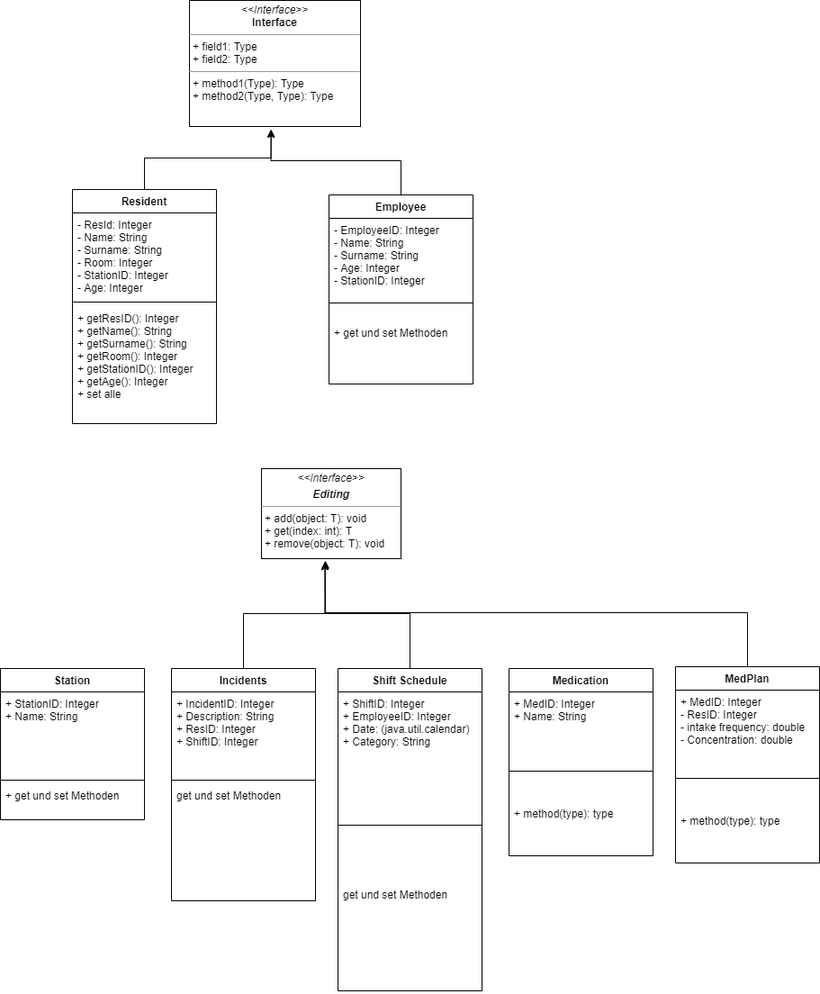
JakobGassauer/ATdIT_Group1 keeps this draw.io diagram as documentation/Vererbungsdiagramm.png. Above is the earlier version. Source tidied: cells renumbered, new cells last; positions are measured from the earlier drawing's top-left corner, leaving out a move shared by most shapes.
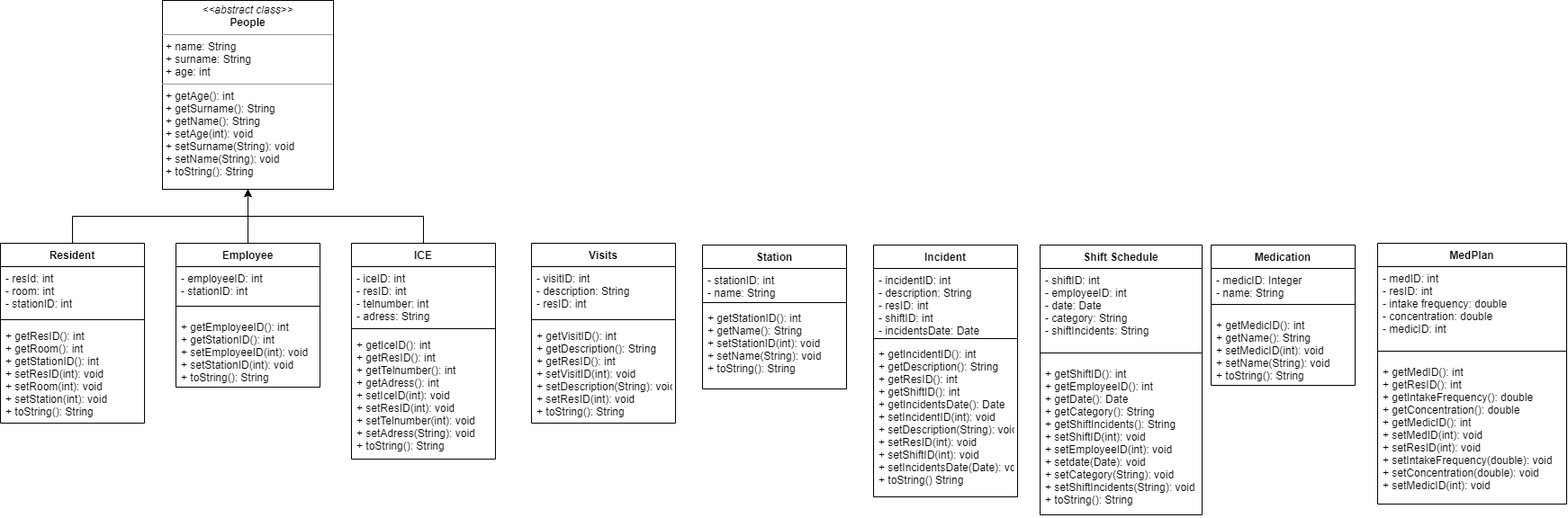
The same file after the commit.

Change to the diagram source:
```diff
@@ -2,115 +2,132 @@
   <root>
     <mxCell id="0" />
     <mxCell id="1" parent="0" />
-    <mxCell id="2" style="edgeStyle=orthogonalEdgeStyle;rounded=0;jettySize=auto;html=1;entryX=0.477;entryY=1.029;entryDx=0;entryDy=0;entryPerimeter=0;" parent="1" edge="1" source="3" target="36">
-      <mxGeometry relative="1" as="geometry" />
-    </mxCell>
+    <mxCell id="37" style="edgeStyle=orthogonalEdgeStyle;rounded=0;jettySize=auto;html=1;" parent="1" edge="1" source="3">
+      <mxGeometry relative="1" as="geometry">
+        <mxPoint x="-505" y="680" as="targetPoint" />
+      </mxGeometry>
+    </mxCell>
     <mxCell id="3" value="Employee" style="swimlane;fontStyle=1;align=center;verticalAlign=top;horizontal=1;startSize=26;" parent="1" vertex="1">
-      <mxGeometry x="365" y="216" width="160" height="210" as="geometry" />
+      <mxGeometry x="-585" y="740" width="160" height="160" as="geometry" />
     </mxCell>
-    <mxCell id="4" value="- EmployeeID: Integer&#10;- Name: String&#10;- Surname: String&#10;- Age: Integer&#10;- StationID: Integer&#10;" style="text;strokeColor=none;fillColor=none;align=left;verticalAlign=top;spacingLeft=4;spacingRight=4;overflow=hidden;" parent="3" vertex="1">
-      <mxGeometry y="26" width="160" height="74" as="geometry" />
+    <mxCell id="4" value="- employeeID: int&#10;- stationID: int&#10;" style="text;strokeColor=none;fillColor=none;align=left;verticalAlign=top;spacingLeft=4;spacingRight=4;overflow=hidden;" parent="3" vertex="1">
+      <mxGeometry y="26" width="160" height="34" as="geometry" />
     </mxCell>
     <mxCell id="5" style="line;strokeWidth=1;fillColor=none;align=left;verticalAlign=middle;spacingTop=-1;spacingLeft=3;spacingRight=3;labelPosition=right;" parent="3" vertex="1">
-      <mxGeometry y="100" width="160" height="40" as="geometry" />
+      <mxGeometry y="60" width="160" height="20" as="geometry" />
     </mxCell>
-    <mxCell id="6" value="+ get und set Methoden" style="text;strokeColor=none;fillColor=none;align=left;verticalAlign=top;spacingLeft=4;spacingRight=4;overflow=hidden;" parent="3" vertex="1">
-      <mxGeometry y="140" width="160" height="70" as="geometry" />
+    <mxCell id="6" value="+ getEmployeeID(): int&#10;+ getStationID(): int&#10;+ setEmployeeID(int): void&#10;+ setStationID(int): void&#10;+ toString(): String&#10;" style="text;strokeColor=none;fillColor=none;align=left;verticalAlign=top;spacingLeft=4;spacingRight=4;overflow=hidden;" parent="3" vertex="1">
+      <mxGeometry y="80" width="160" height="80" as="geometry" />
     </mxCell>
-    <mxCell id="7" style="edgeStyle=orthogonalEdgeStyle;rounded=0;jettySize=auto;html=1;entryX=0.454;entryY=1.042;entryDx=0;entryDy=0;entryPerimeter=0;" parent="1" edge="1" source="8" target="30">
-      <mxGeometry relative="1" as="geometry" />
-    </mxCell>
     <mxCell id="8" value="Shift Schedule" style="swimlane;fontStyle=1;align=center;verticalAlign=top;horizontal=1;startSize=26;" parent="1" vertex="1">
-      <mxGeometry x="375" y="742" width="160" height="358" as="geometry" />
+      <mxGeometry x="375" y="742" width="180" height="300" as="geometry" />
     </mxCell>
-    <mxCell id="9" value="+ ShiftID: Integer&#10;+ EmployeeID: Integer&#10;+ Date: (java.util.calendar)  &#10;+ Category: String&#10; " style="text;strokeColor=none;fillColor=none;align=left;verticalAlign=top;spacingLeft=4;spacingRight=4;overflow=hidden;" parent="8" vertex="1">
-      <mxGeometry y="26" width="160" height="84" as="geometry" />
+    <mxCell id="9" value="- shiftID: int&#10;- employeeID: int&#10;- date: Date  &#10;- category: String&#10;- shiftIncidents: String&#10; " style="text;strokeColor=none;fillColor=none;align=left;verticalAlign=top;spacingLeft=4;spacingRight=4;overflow=hidden;" parent="8" vertex="1">
+      <mxGeometry y="26" width="180" height="84" as="geometry" />
     </mxCell>
     <mxCell id="10" style="line;strokeWidth=1;fillColor=none;align=left;verticalAlign=middle;spacingTop=-1;spacingLeft=3;spacingRight=3;labelPosition=right;" parent="8" vertex="1">
-      <mxGeometry y="110" width="160" height="128" as="geometry" />
+      <mxGeometry y="110" width="180" height="20" as="geometry" />
     </mxCell>
-    <mxCell id="11" value="get und set Methoden" style="text;strokeColor=none;fillColor=none;align=left;verticalAlign=top;spacingLeft=4;spacingRight=4;overflow=hidden;" parent="8" vertex="1">
-      <mxGeometry y="238" width="160" height="120" as="geometry" />
+    <mxCell id="11" value="+ getShiftID(): int&#10;+ getEmployeeID(): int&#10;+ getDate(): Date&#10;+ getCategory(): String&#10;+ getShiftIncidents(): String&#10;+ setShiftID(int): void&#10;+ setEmployeeID(int): void&#10;+ setdate(Date): void&#10;+ setCategory(String): void&#10;+ setShiftIncidents(String): void&#10;+ toString(): String" style="text;strokeColor=none;fillColor=none;align=left;verticalAlign=top;spacingLeft=4;spacingRight=4;overflow=hidden;" parent="8" vertex="1">
+      <mxGeometry y="130" width="180" height="170" as="geometry" />
     </mxCell>
     <mxCell id="12" value="Medication" style="swimlane;fontStyle=1;align=center;verticalAlign=top;horizontal=1;startSize=26;" parent="1" vertex="1">
-      <mxGeometry x="565" y="742" width="160" height="208" as="geometry" />
+      <mxGeometry x="565" y="742" width="160" height="156" as="geometry" />
     </mxCell>
-    <mxCell id="13" value="+ MedID: Integer&#10;+ Name: String" style="text;strokeColor=none;fillColor=none;align=left;verticalAlign=top;spacingLeft=4;spacingRight=4;overflow=hidden;" parent="12" vertex="1">
-      <mxGeometry y="26" width="160" height="54" as="geometry" />
+    <mxCell id="13" value="- medicID: Integer&#10;- name: String" style="text;strokeColor=none;fillColor=none;align=left;verticalAlign=top;spacingLeft=4;spacingRight=4;overflow=hidden;" parent="12" vertex="1">
+      <mxGeometry y="26" width="160" height="30" as="geometry" />
     </mxCell>
     <mxCell id="14" style="line;strokeWidth=1;fillColor=none;align=left;verticalAlign=middle;spacingTop=-1;spacingLeft=3;spacingRight=3;labelPosition=right;" parent="12" vertex="1">
-      <mxGeometry y="80" width="160" height="68" as="geometry" />
+      <mxGeometry y="56" width="160" height="20" as="geometry" />
     </mxCell>
-    <mxCell id="15" value="+ method(type): type" style="text;strokeColor=none;fillColor=none;align=left;verticalAlign=top;spacingLeft=4;spacingRight=4;overflow=hidden;" parent="12" vertex="1">
-      <mxGeometry y="148" width="160" height="60" as="geometry" />
+    <mxCell id="15" value="+ getMedicID(): int&#10;+ getName(): String&#10;+ setMedicID(int): void&#10;+ setName(String): void&#10;+ toString(): String&#10;" style="text;strokeColor=none;fillColor=none;align=left;verticalAlign=top;spacingLeft=4;spacingRight=4;overflow=hidden;" parent="12" vertex="1">
+      <mxGeometry y="76" width="160" height="80" as="geometry" />
     </mxCell>
-    <mxCell id="16" style="edgeStyle=orthogonalEdgeStyle;rounded=0;jettySize=auto;html=1;entryX=0.458;entryY=1.035;entryDx=0;entryDy=0;entryPerimeter=0;" parent="1" edge="1" source="17" target="30">
-      <mxGeometry relative="1" as="geometry" />
-    </mxCell>
-    <mxCell id="17" value="Incidents" style="swimlane;fontStyle=1;align=center;verticalAlign=top;horizontal=1;startSize=26;" parent="1" vertex="1">
-      <mxGeometry x="190" y="742" width="160" height="258" as="geometry" />
+    <mxCell id="17" value="Incident" style="swimlane;fontStyle=1;align=center;verticalAlign=top;horizontal=1;startSize=26;" parent="1" vertex="1">
+      <mxGeometry x="190" y="742" width="160" height="280" as="geometry" />
     </mxCell>
-    <mxCell id="18" value="+ IncidentID: Integer&#10;+ Description: String&#10;+ ResID: Integer&#10;+ ShiftID: Integer" style="text;strokeColor=none;fillColor=none;align=left;verticalAlign=top;spacingLeft=4;spacingRight=4;overflow=hidden;" parent="17" vertex="1">
-      <mxGeometry y="26" width="160" height="94" as="geometry" />
+    <mxCell id="18" value="- incidentID: int&#10;- description: String&#10;- resID: int&#10;- shiftID: int&#10;- incidentsDate: Date" style="text;strokeColor=none;fillColor=none;align=left;verticalAlign=top;spacingLeft=4;spacingRight=4;overflow=hidden;" parent="17" vertex="1">
+      <mxGeometry y="26" width="160" height="74" as="geometry" />
     </mxCell>
     <mxCell id="19" style="line;strokeWidth=1;fillColor=none;align=left;verticalAlign=middle;spacingTop=-1;spacingLeft=3;spacingRight=3;labelPosition=right;" parent="17" vertex="1">
-      <mxGeometry y="120" width="160" height="8" as="geometry" />
+      <mxGeometry y="100" width="160" height="8" as="geometry" />
     </mxCell>
-    <mxCell id="20" value="get und set Methoden" style="text;strokeColor=none;fillColor=none;align=left;verticalAlign=top;spacingLeft=4;spacingRight=4;overflow=hidden;" parent="17" vertex="1">
-      <mxGeometry y="128" width="160" height="130" as="geometry" />
+    <mxCell id="20" value="+ getIncidentID(): int&#10;+ getDescription(): String&#10;+ getResID(): int&#10;+ getShiftID(): int&#10;+ getIncidentsDate(): Date&#10;+ setIncidentID(int): void&#10;+ setDescription(String): void&#10;+ setResID(int): void&#10;+ setShiftID(int): void&#10;+ setIncidentsDate(Date): void&#10;+ toString() String&#10;&#10;" style="text;strokeColor=none;fillColor=none;align=left;verticalAlign=top;spacingLeft=4;spacingRight=4;overflow=hidden;" parent="17" vertex="1">
+      <mxGeometry y="108" width="160" height="172" as="geometry" />
     </mxCell>
     <mxCell id="21" value="Station" style="swimlane;fontStyle=1;align=center;verticalAlign=top;horizontal=1;startSize=26;" parent="1" vertex="1">
-      <mxGeometry y="742" width="160" height="168" as="geometry" />
+      <mxGeometry y="742" width="160" height="160" as="geometry" />
     </mxCell>
-    <mxCell id="22" value="+ StationID: Integer&#10;+ Name: String" style="text;strokeColor=none;fillColor=none;align=left;verticalAlign=top;spacingLeft=4;spacingRight=4;overflow=hidden;" parent="21" vertex="1">
-      <mxGeometry y="26" width="160" height="94" as="geometry" />
+    <mxCell id="22" value="- stationID: int&#10;- name: String" style="text;strokeColor=none;fillColor=none;align=left;verticalAlign=top;spacingLeft=4;spacingRight=4;overflow=hidden;" parent="21" vertex="1">
+      <mxGeometry y="26" width="160" height="34" as="geometry" />
     </mxCell>
     <mxCell id="23" style="line;strokeWidth=1;fillColor=none;align=left;verticalAlign=middle;spacingTop=-1;spacingLeft=3;spacingRight=3;labelPosition=right;" parent="21" vertex="1">
-      <mxGeometry y="120" width="160" height="8" as="geometry" />
+      <mxGeometry y="60" width="160" height="8" as="geometry" />
     </mxCell>
-    <mxCell id="24" value="+ get und set Methoden" style="text;strokeColor=none;fillColor=none;align=left;verticalAlign=top;spacingLeft=4;spacingRight=4;overflow=hidden;" parent="21" vertex="1">
-      <mxGeometry y="128" width="160" height="40" as="geometry" />
+    <mxCell id="24" value="+ getStationID(): int&#10;+ getName(): String&#10;+ setStationID(int): void&#10;+ setName(String): void&#10;+ toString(): String" style="text;strokeColor=none;fillColor=none;align=left;verticalAlign=top;spacingLeft=4;spacingRight=4;overflow=hidden;" parent="21" vertex="1">
+      <mxGeometry y="68" width="160" height="92" as="geometry" />
     </mxCell>
-    <mxCell id="25" style="edgeStyle=orthogonalEdgeStyle;rounded=0;jettySize=auto;html=1;entryX=0.477;entryY=1.023;entryDx=0;entryDy=0;entryPerimeter=0;" parent="1" edge="1" source="26" target="36">
-      <mxGeometry relative="1" as="geometry" />
+    <mxCell id="25" style="edgeStyle=orthogonalEdgeStyle;rounded=0;jettySize=auto;html=1;entryX=0.5;entryY=1;entryDx=0;entryDy=0;" parent="1" edge="1" source="26" target="36">
+      <mxGeometry relative="1" as="geometry">
+        <Array as="points">
+          <mxPoint x="-700" y="710" />
+          <mxPoint x="-505" y="710" />
+        </Array>
+      </mxGeometry>
     </mxCell>
     <mxCell id="26" value="Resident" style="swimlane;fontStyle=1;align=center;verticalAlign=top;horizontal=1;startSize=26;" parent="1" vertex="1">
-      <mxGeometry x="80" y="210" width="160" height="260" as="geometry" />
+      <mxGeometry x="-780" y="740" width="160" height="200" as="geometry" />
     </mxCell>
-    <mxCell id="27" value="- ResId: Integer&#10;- Name: String&#10;- Surname: String&#10;- Room: Integer&#10;- StationID: Integer&#10;- Age: Integer" style="text;strokeColor=none;fillColor=none;align=left;verticalAlign=top;spacingLeft=4;spacingRight=4;overflow=hidden;" parent="26" vertex="1">
-      <mxGeometry y="26" width="160" height="94" as="geometry" />
+    <mxCell id="27" value="- resId: int&#10;- room: int&#10;- stationID: int" style="text;strokeColor=none;fillColor=none;align=left;verticalAlign=top;spacingLeft=4;spacingRight=4;overflow=hidden;" parent="26" vertex="1">
+      <mxGeometry y="26" width="160" height="54" as="geometry" />
     </mxCell>
     <mxCell id="28" style="line;strokeWidth=1;fillColor=none;align=left;verticalAlign=middle;spacingTop=-1;spacingLeft=3;spacingRight=3;labelPosition=right;" parent="26" vertex="1">
-      <mxGeometry y="120" width="160" height="10" as="geometry" />
+      <mxGeometry y="80" width="160" height="10" as="geometry" />
     </mxCell>
-    <mxCell id="29" value="+ getResID(): Integer&#10;+ getName(): String&#10;+ getSurname(): String&#10;+ getRoom(): Integer&#10;+ getStationID(): Integer&#10;+ getAge(): Integer&#10;+ set alle&#10;" style="text;strokeColor=none;fillColor=none;align=left;verticalAlign=top;spacingLeft=4;spacingRight=4;overflow=hidden;" parent="26" vertex="1">
-      <mxGeometry y="130" width="160" height="130" as="geometry" />
+    <mxCell id="29" value="+ getResID(): int&#10;+ getRoom(): int&#10;+ getStationID(): int&#10;+ setResID(int): void&#10;+ setRoom(int): void&#10;+ setStation(int): void&#10;+ toString(): String&#10;" style="text;strokeColor=none;fillColor=none;align=left;verticalAlign=top;spacingLeft=4;spacingRight=4;overflow=hidden;" parent="26" vertex="1">
+      <mxGeometry y="90" width="160" height="110" as="geometry" />
     </mxCell>
-    <mxCell id="30" value="&lt;p style=&quot;margin: 0px ; margin-top: 4px ; text-align: center&quot;&gt;&lt;i&gt;&amp;lt;&amp;lt;Interface&amp;gt;&amp;gt;&lt;/i&gt;&lt;br&gt;&lt;/p&gt;&lt;p style=&quot;margin: 0px ; margin-top: 4px ; text-align: center&quot;&gt;&lt;i&gt;&lt;b&gt;Editing&lt;/b&gt;&lt;/i&gt;&lt;/p&gt;&lt;hr size=&quot;1&quot;&gt;&lt;p style=&quot;margin: 0px ; margin-left: 4px&quot;&gt;+ add(object: T): void&lt;br&gt;+ get(index: int): T&lt;/p&gt;&lt;p style=&quot;margin: 0px ; margin-left: 4px&quot;&gt;+ remove(object: T): void&lt;/p&gt;&lt;p style=&quot;margin: 0px ; margin-left: 4px&quot;&gt;&lt;br&gt;&lt;/p&gt;&lt;p style=&quot;margin: 0px ; margin-left: 4px&quot;&gt;&lt;br&gt;&lt;/p&gt;" style="verticalAlign=top;align=left;overflow=fill;fontSize=12;fontFamily=Helvetica;html=1;" parent="1" vertex="1">
-      <mxGeometry x="290" y="520" width="155" height="100" as="geometry" />
-    </mxCell>
-    <mxCell id="31" style="edgeStyle=orthogonalEdgeStyle;rounded=0;jettySize=auto;html=1;entryX=0.458;entryY=1.022;entryDx=0;entryDy=0;entryPerimeter=0;" parent="1" edge="1" source="32" target="30">
-      <mxGeometry relative="1" as="geometry">
-        <Array as="points">
-          <mxPoint x="830" y="680" />
-          <mxPoint x="361" y="680" />
-        </Array>
-      </mxGeometry>
-    </mxCell>
     <mxCell id="32" value="MedPlan" style="swimlane;fontStyle=1;align=center;verticalAlign=top;horizontal=1;startSize=26;" parent="1" vertex="1">
-      <mxGeometry x="750" y="740" width="160" height="218" as="geometry" />
+      <mxGeometry x="750" y="740" width="210" height="290" as="geometry" />
     </mxCell>
-    <mxCell id="33" value="+ MedID: Integer&#10;- ResID: Integer&#10;- intake frequency: double&#10;- Concentration: double" style="text;strokeColor=none;fillColor=none;align=left;verticalAlign=top;spacingLeft=4;spacingRight=4;overflow=hidden;" parent="32" vertex="1">
-      <mxGeometry y="26" width="160" height="64" as="geometry" />
+    <mxCell id="33" value="- medID: int&#10;- resID: int&#10;- intake frequency: double&#10;- concentration: double&#10;- medicID: int" style="text;strokeColor=none;fillColor=none;align=left;verticalAlign=top;spacingLeft=4;spacingRight=4;overflow=hidden;" parent="32" vertex="1">
+      <mxGeometry y="26" width="210" height="84" as="geometry" />
     </mxCell>
     <mxCell id="34" style="line;strokeWidth=1;fillColor=none;align=left;verticalAlign=middle;spacingTop=-1;spacingLeft=3;spacingRight=3;labelPosition=right;" parent="32" vertex="1">
-      <mxGeometry y="90" width="160" height="68" as="geometry" />
+      <mxGeometry y="110" width="210" height="20" as="geometry" />
     </mxCell>
-    <mxCell id="35" value="+ method(type): type" style="text;strokeColor=none;fillColor=none;align=left;verticalAlign=top;spacingLeft=4;spacingRight=4;overflow=hidden;" parent="32" vertex="1">
-      <mxGeometry y="158" width="160" height="60" as="geometry" />
+    <mxCell id="35" value="+ getMedID(): int&#10;+ getResID(): int&#10;+ getIntakeFrequency(): double&#10;+ getConcentration(): double&#10;+ getMedicID(): int&#10;+ setMedID(int): void&#10;+ setResID(int): void&#10;+ setIntakeFrequency(double): void&#10;+ setConcentration(double): void&#10;+ setMedicID(int): void&#10;" style="text;strokeColor=none;fillColor=none;align=left;verticalAlign=top;spacingLeft=4;spacingRight=4;overflow=hidden;" parent="32" vertex="1">
+      <mxGeometry y="130" width="210" height="160" as="geometry" />
     </mxCell>
-    <mxCell id="36" value="&lt;p style=&quot;margin:0px;margin-top:4px;text-align:center;&quot;&gt;&lt;i&gt;&amp;lt;&amp;lt;Interface&amp;gt;&amp;gt;&lt;/i&gt;&lt;br/&gt;&lt;b&gt;Interface&lt;/b&gt;&lt;/p&gt;&lt;hr size=&quot;1&quot;/&gt;&lt;p style=&quot;margin:0px;margin-left:4px;&quot;&gt;+ field1: Type&lt;br/&gt;+ field2: Type&lt;/p&gt;&lt;hr size=&quot;1&quot;/&gt;&lt;p style=&quot;margin:0px;margin-left:4px;&quot;&gt;+ method1(Type): Type&lt;br/&gt;+ method2(Type, Type): Type&lt;/p&gt;" style="verticalAlign=top;align=left;overflow=fill;fontSize=12;fontFamily=Helvetica;html=1;" parent="1" vertex="1">
-      <mxGeometry x="210" width="190" height="140" as="geometry" />
+    <mxCell id="36" value="&lt;p style=&quot;margin: 0px ; margin-top: 4px ; text-align: center&quot;&gt;&lt;i&gt;&amp;lt;&amp;lt;abstract class&amp;gt;&amp;gt;&lt;/i&gt;&lt;br&gt;&lt;b&gt;People&lt;/b&gt;&lt;/p&gt;&lt;hr size=&quot;1&quot;&gt;&lt;p style=&quot;margin: 0px ; margin-left: 4px&quot;&gt;+ name: String&lt;br&gt;+ surname: String&lt;/p&gt;&lt;p style=&quot;margin: 0px ; margin-left: 4px&quot;&gt;+ age: int&lt;/p&gt;&lt;hr size=&quot;1&quot;&gt;&lt;p style=&quot;margin: 0px ; margin-left: 4px&quot;&gt;+ getAge(): int&lt;br&gt;+ getSurname(): String&lt;/p&gt;&lt;p style=&quot;margin: 0px ; margin-left: 4px&quot;&gt;+ getName(): String&lt;br&gt;&lt;/p&gt;&lt;p style=&quot;margin: 0px ; margin-left: 4px&quot;&gt;+ setAge(int): void&lt;/p&gt;&lt;p style=&quot;margin: 0px ; margin-left: 4px&quot;&gt;+ setSurname(String): void&lt;br&gt;&lt;/p&gt;&lt;p style=&quot;margin: 0px ; margin-left: 4px&quot;&gt;+ setName(String): void&lt;br&gt;&lt;/p&gt;&lt;p style=&quot;margin: 0px ; margin-left: 4px&quot;&gt;+ toString(): String&lt;/p&gt;" style="verticalAlign=top;align=left;overflow=fill;fontSize=12;fontFamily=Helvetica;html=1;" parent="1" vertex="1">
+      <mxGeometry x="-600" y="470" width="190" height="210" as="geometry" />
     </mxCell>
+    <mxCell id="38" style="edgeStyle=orthogonalEdgeStyle;rounded=0;jettySize=auto;html=1;exitX=0.5;exitY=0;exitDx=0;exitDy=0;entryX=0.5;entryY=1;entryDx=0;entryDy=0;" parent="1" edge="1" source="39" target="36">
+      <mxGeometry relative="1" as="geometry" />
+    </mxCell>
+    <mxCell id="39" value="ICE" style="swimlane;fontStyle=1;align=center;verticalAlign=top;horizontal=1;startSize=26;" parent="1" vertex="1">
+      <mxGeometry x="-390" y="740" width="160" height="240" as="geometry" />
+    </mxCell>
+    <mxCell id="40" value="- iceID: int&#10;- resID: int&#10;- telnumber: int&#10;- adress: String" style="text;strokeColor=none;fillColor=none;align=left;verticalAlign=top;spacingLeft=4;spacingRight=4;overflow=hidden;" parent="39" vertex="1">
+      <mxGeometry y="26" width="160" height="64" as="geometry" />
+    </mxCell>
+    <mxCell id="41" style="line;strokeWidth=1;fillColor=none;align=left;verticalAlign=middle;spacingTop=-1;spacingLeft=3;spacingRight=3;labelPosition=right;" parent="39" vertex="1">
+      <mxGeometry y="90" width="160" height="10" as="geometry" />
+    </mxCell>
+    <mxCell id="42" value="+ getIceID(): int&#10;+ getResID(): int&#10;+ getTelnumber(): int&#10;+ getAdress(): int&#10;+ setIceID(int): void&#10;+ setResID(int): void&#10;+ setTelnumber(int): void&#10;+ setAdress(String): void&#10;+ toString(): String&#10;" style="text;strokeColor=none;fillColor=none;align=left;verticalAlign=top;spacingLeft=4;spacingRight=4;overflow=hidden;" parent="39" vertex="1">
+      <mxGeometry y="100" width="160" height="140" as="geometry" />
+    </mxCell>
+    <mxCell id="43" value="Visits" style="swimlane;fontStyle=1;align=center;verticalAlign=top;horizontal=1;startSize=26;" parent="1" vertex="1">
+      <mxGeometry x="-190" y="740" width="160" height="200" as="geometry" />
+    </mxCell>
+    <mxCell id="44" value="- visitID: int&#10;- description: String&#10;- resID: int" style="text;strokeColor=none;fillColor=none;align=left;verticalAlign=top;spacingLeft=4;spacingRight=4;overflow=hidden;" parent="43" vertex="1">
+      <mxGeometry y="26" width="160" height="54" as="geometry" />
+    </mxCell>
+    <mxCell id="45" style="line;strokeWidth=1;fillColor=none;align=left;verticalAlign=middle;spacingTop=-1;spacingLeft=3;spacingRight=3;labelPosition=right;" parent="43" vertex="1">
+      <mxGeometry y="80" width="160" height="10" as="geometry" />
+    </mxCell>
+    <mxCell id="46" value="+ getVisitID(): int&#10;+ getDescription(): String&#10;+ getResID(): int&#10;+ setVisitID(int): void&#10;+ setDescription(String): void&#10;+ setResID(int): void&#10;+ toString(): String&#10;" style="text;strokeColor=none;fillColor=none;align=left;verticalAlign=top;spacingLeft=4;spacingRight=4;overflow=hidden;" parent="43" vertex="1">
+      <mxGeometry y="90" width="160" height="110" as="geometry" />
+    </mxCell>
   </root>
 </mxGraphModel>
```
